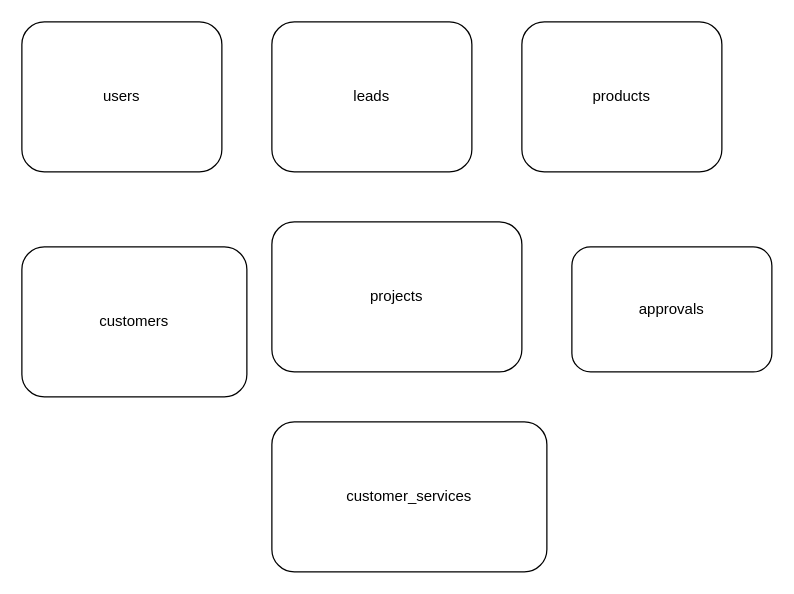
nukemastah/elisa_crm keeps this draw.io diagram as drawio/er_diagram.drawio. Above is the earlier version. Source tidied: cells renumbered, new cells numbered last; positions are measured from the earlier drawing's top-left corner, leaving out a move shared by most shapes. Both pictures are drawn from the tidied source at 125%, with x=0, y=0 at pixel (21, 21).
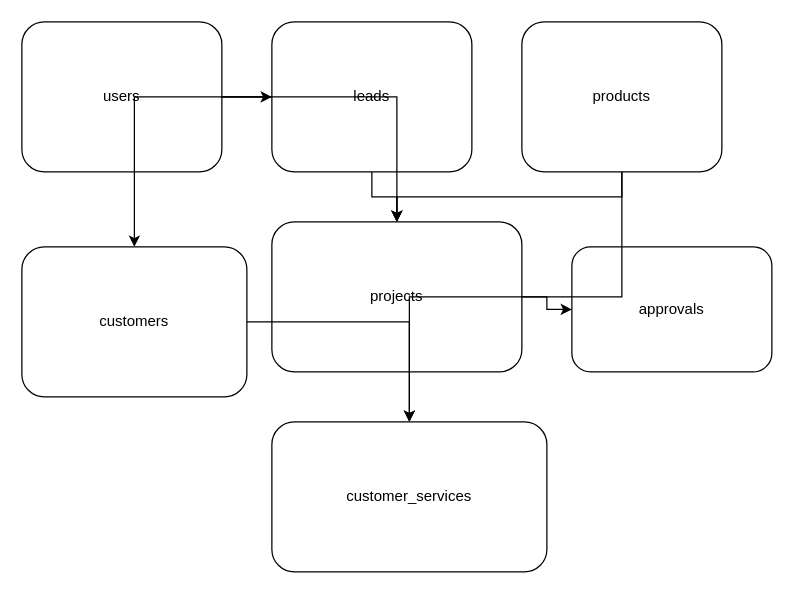
The same diagram, later.

The edit, as a diff of the source:
```diff
@@
 <mxGraphModel>
   <root>
     <mxCell id="0" />
     <mxCell id="1" parent="0" />
     <mxCell id="2" value="users" style="rounded=1;whiteSpace=wrap;html=1;" parent="1" vertex="1">
       <mxGeometry width="160" height="120" as="geometry" />
     </mxCell>
     <mxCell id="3" value="leads" style="rounded=1;whiteSpace=wrap;html=1;" parent="1" vertex="1">
       <mxGeometry x="200" width="160" height="120" as="geometry" />
     </mxCell>
     <mxCell id="4" value="products" style="rounded=1;whiteSpace=wrap;html=1;" parent="1" vertex="1">
       <mxGeometry x="400" width="160" height="120" as="geometry" />
     </mxCell>
     <mxCell id="5" value="projects" style="rounded=1;whiteSpace=wrap;html=1;" parent="1" vertex="1">
       <mxGeometry x="200" y="160" width="200" height="120" as="geometry" />
     </mxCell>
     <mxCell id="6" value="approvals" style="rounded=1;whiteSpace=wrap;html=1;" parent="1" vertex="1">
       <mxGeometry x="440" y="180" width="160" height="100" as="geometry" />
     </mxCell>
     <mxCell id="7" value="customers" style="rounded=1;whiteSpace=wrap;html=1;" parent="1" vertex="1">
       <mxGeometry y="180" width="180" height="120" as="geometry" />
     </mxCell>
     <mxCell id="8" value="customer_services" style="rounded=1;whiteSpace=wrap;html=1;" parent="1" vertex="1">
       <mxGeometry x="200" y="320" width="220" height="120" as="geometry" />
     </mxCell>
+    <mxCell id="9" style="edgeStyle=orthogonalEdgeStyle;rounded=0;html=1;endArrow=classic;" parent="1" edge="1" source="3" target="5">
+      <mxGeometry relative="1" as="geometry" />
+    </mxCell>
+    <mxCell id="10" style="edgeStyle=orthogonalEdgeStyle;rounded=0;html=1;endArrow=classic;" parent="1" edge="1" source="4" target="5">
+      <mxGeometry relative="1" as="geometry" />
+    </mxCell>
+    <mxCell id="11" style="edgeStyle=orthogonalEdgeStyle;rounded=0;html=1;endArrow=classic;" parent="1" edge="1" source="2" target="3">
+      <mxGeometry relative="1" as="geometry" />
+    </mxCell>
+    <mxCell id="12" style="edgeStyle=orthogonalEdgeStyle;rounded=0;html=1;endArrow=classic;" parent="1" edge="1" source="2" target="5">
+      <mxGeometry relative="1" as="geometry" />
+    </mxCell>
+    <mxCell id="13" style="edgeStyle=orthogonalEdgeStyle;rounded=0;html=1;endArrow=classic;" parent="1" edge="1" source="3" target="7">
+      <mxGeometry relative="1" as="geometry" />
+    </mxCell>
+    <mxCell id="14" style="edgeStyle=orthogonalEdgeStyle;rounded=0;html=1;endArrow=classic;" parent="1" edge="1" source="7" target="8">
+      <mxGeometry relative="1" as="geometry" />
+    </mxCell>
+    <mxCell id="15" style="edgeStyle=orthogonalEdgeStyle;rounded=0;html=1;endArrow=classic;" parent="1" edge="1" source="4" target="8">
+      <mxGeometry relative="1" as="geometry" />
+    </mxCell>
+    <mxCell id="16" style="edgeStyle=orthogonalEdgeStyle;rounded=0;html=1;endArrow=classic;" parent="1" edge="1" source="5" target="6">
+      <mxGeometry relative="1" as="geometry" />
+    </mxCell>
   </root>
 </mxGraphModel>
```
